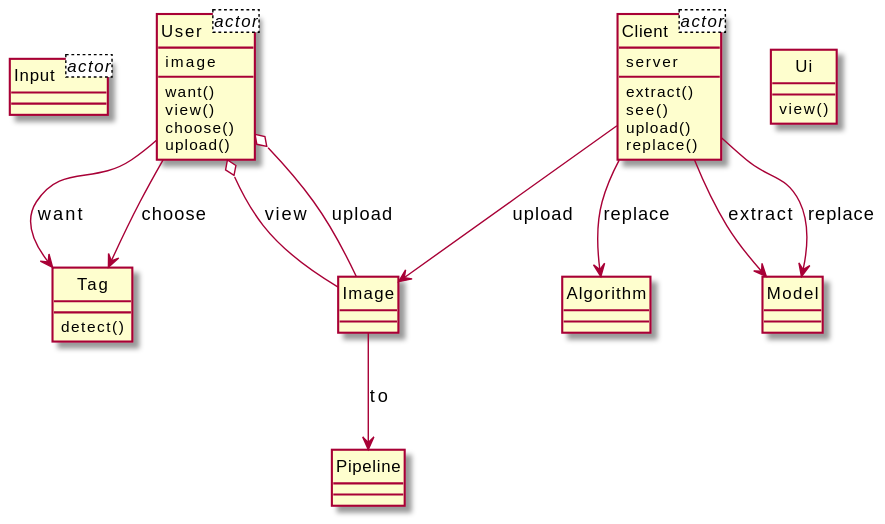
The PlantUML diagram output/diagram_5/2016-USC-Project04.svg in xixixhalu/DomainModelExtractor, before a commit.
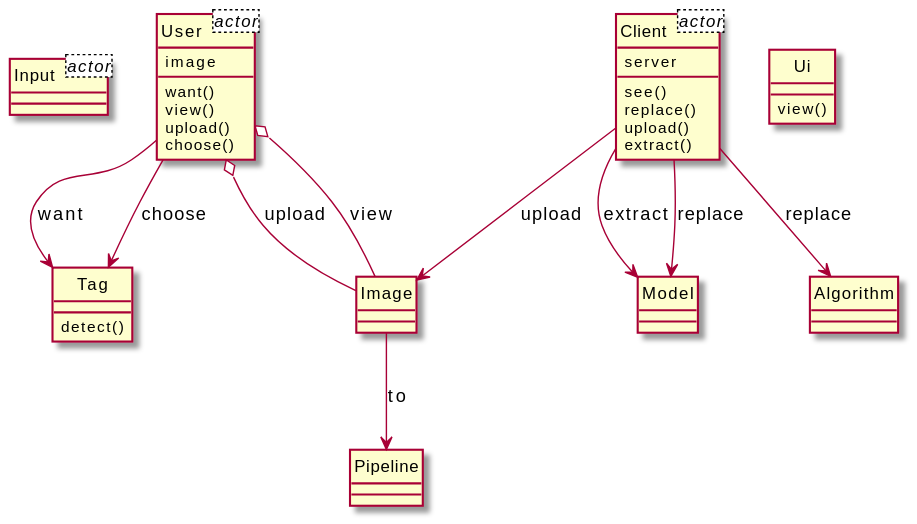
The same file after the commit.

Change to the diagram source:
```diff
@@ -8,39 +8,39 @@
 class Client<actor> {
 	server
 }
-class Client {
-	extract()
-	see()
-	upload()
-	replace()
-}
-class Algorithm {
-}
 class Tag {
 	detect()
 }
-class Image {
+class Client {
+	see()
+	replace()
+	upload()
+	extract()
 }
 class User {
 	want()
 	view()
+	upload()
 	choose()
-	upload()
+}
+class Image {
 }
 class Model {
 }
 class Ui {
 	view()
 }
+class Algorithm {
+}
 class Pipeline {
 }
+User o-- Image : upload
+User o-- Image : view
+User --> Tag : want
+Client --> Algorithm : replace
 Client --> Model : extract
+User --> Tag : choose
 Client --> Image : upload
 Client --> Model : replace
-User o-- Image : view
-User o-- Image : upload
-Client --> Algorithm : replace
-User --> Tag : want
-User --> Tag : choose
 Image --> Pipeline : to
 @enduml
```
